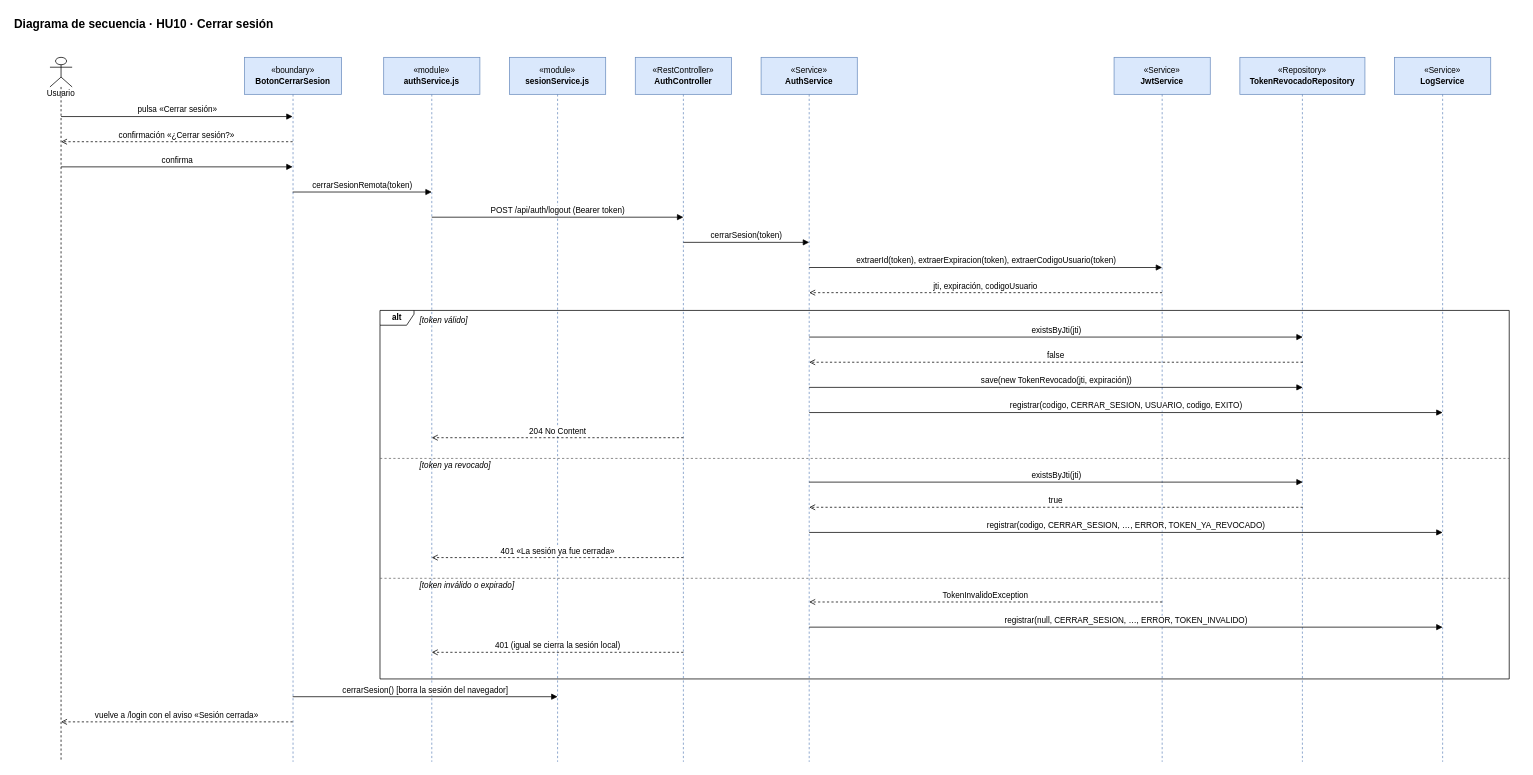
Before: docs/Diagramas/Secuencia/HU10_secuencia.drawio in FelipeBeltranING/metamorfosis, a draw.io diagram. Source tidied: cells renumbered, new cells numbered last; positions are measured from the earlier drawing's top-left corner, leaving out a move shared by most shapes. Both pictures are drawn from the tidied source at 74%, with x=0, y=0 at pixel (13, 13).
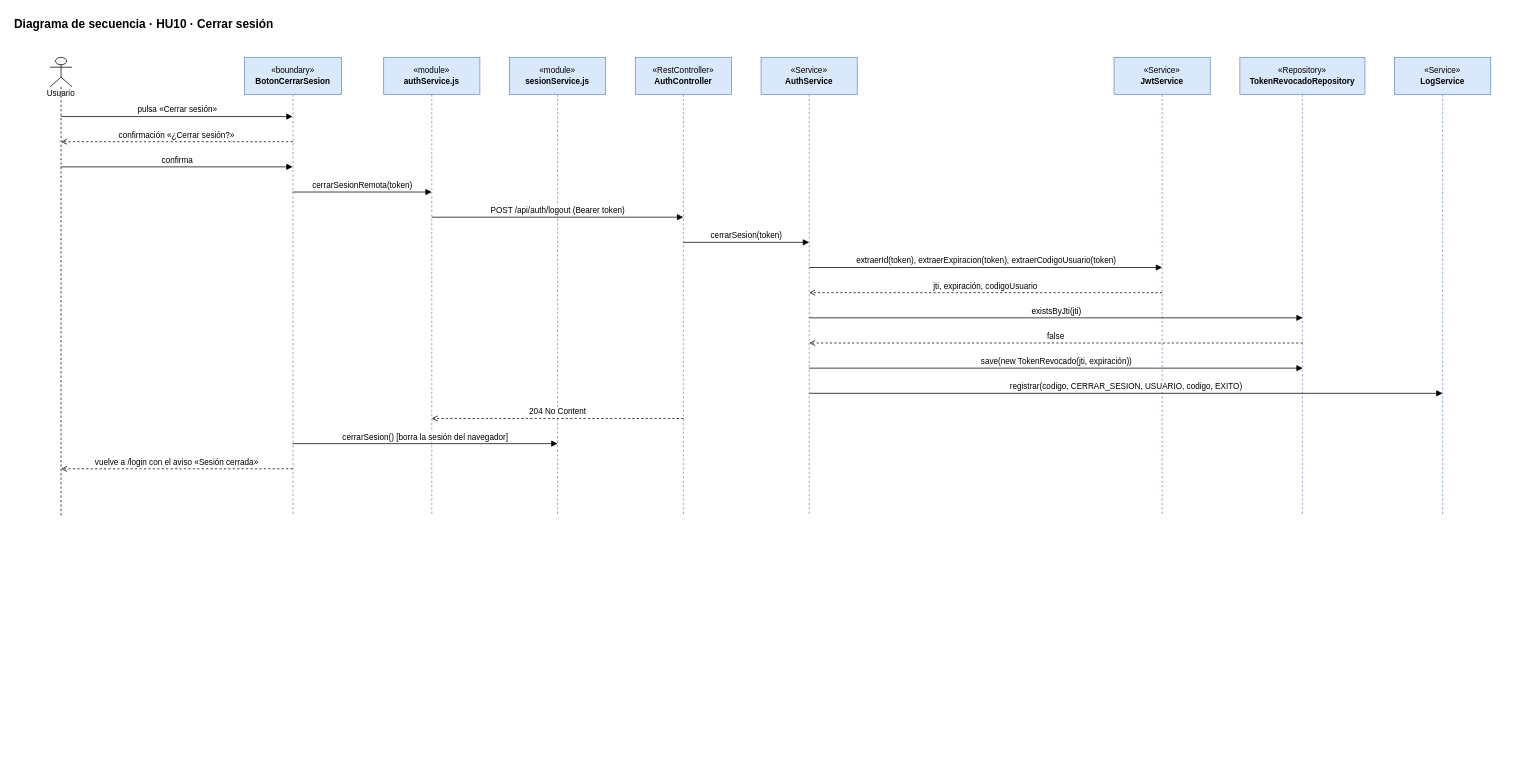
The same page after the edit.

The edit, as a diff of the source:
```diff
@@
     <mxCell id="3" value="Usuario" style="shape=umlLifeline;participant=umlActor;perimeter=lifelinePerimeter;whiteSpace=wrap;html=1;verticalAlign=top;spacingTop=36;size=40;fontSize=11;" parent="1" vertex="1">
-      <mxGeometry x="50" y="60" width="30" height="952" as="geometry" />
+      <mxGeometry x="50" y="60" width="30" height="620" as="geometry" />
     </mxCell>
     <mxCell id="4" value="«boundary»&lt;br&gt;&lt;b&gt;BotonCerrarSesion&lt;/b&gt;" style="shape=umlLifeline;perimeter=lifelinePerimeter;whiteSpace=wrap;html=1;newEdgeStyle={&quot;curved&quot;:0,&quot;rounded&quot;:0};size=50;fontSize=11;fillColor=#dae8fc;strokeColor=#6c8ebf;" parent="1" vertex="1">
-      <mxGeometry x="313" y="60" width="131" height="952" as="geometry" />
+      <mxGeometry x="313" y="60" width="131" height="620" as="geometry" />
     </mxCell>
     <mxCell id="5" value="«module»&lt;br&gt;&lt;b&gt;authService.js&lt;/b&gt;" style="shape=umlLifeline;perimeter=lifelinePerimeter;whiteSpace=wrap;html=1;newEdgeStyle={&quot;curved&quot;:0,&quot;rounded&quot;:0};size=50;fontSize=11;fillColor=#dae8fc;strokeColor=#6c8ebf;" parent="1" vertex="1">
-      <mxGeometry x="501" y="60" width="130" height="952" as="geometry" />
+      <mxGeometry x="501" y="60" width="130" height="620" as="geometry" />
     </mxCell>
     <mxCell id="6" value="«module»&lt;br&gt;&lt;b&gt;sesionService.js&lt;/b&gt;" style="shape=umlLifeline;perimeter=lifelinePerimeter;whiteSpace=wrap;html=1;newEdgeStyle={&quot;curved&quot;:0,&quot;rounded&quot;:0};size=50;fontSize=11;fillColor=#dae8fc;strokeColor=#6c8ebf;" parent="1" vertex="1">
-      <mxGeometry x="671" y="60" width="130" height="952" as="geometry" />
+      <mxGeometry x="671" y="60" width="130" height="620" as="geometry" />
     </mxCell>
     <mxCell id="7" value="«RestController»&lt;br&gt;&lt;b&gt;AuthController&lt;/b&gt;" style="shape=umlLifeline;perimeter=lifelinePerimeter;whiteSpace=wrap;html=1;newEdgeStyle={&quot;curved&quot;:0,&quot;rounded&quot;:0};size=50;fontSize=11;fillColor=#dae8fc;strokeColor=#6c8ebf;" parent="1" vertex="1">
-      <mxGeometry x="841" y="60" width="130" height="952" as="geometry" />
+      <mxGeometry x="841" y="60" width="130" height="620" as="geometry" />
     </mxCell>
     <mxCell id="8" value="«Service»&lt;br&gt;&lt;b&gt;AuthService&lt;/b&gt;" style="shape=umlLifeline;perimeter=lifelinePerimeter;whiteSpace=wrap;html=1;newEdgeStyle={&quot;curved&quot;:0,&quot;rounded&quot;:0};size=50;fontSize=11;fillColor=#dae8fc;strokeColor=#6c8ebf;" parent="1" vertex="1">
-      <mxGeometry x="1011" y="60" width="130" height="952" as="geometry" />
+      <mxGeometry x="1011" y="60" width="130" height="620" as="geometry" />
     </mxCell>
     <mxCell id="9" value="«Service»&lt;br&gt;&lt;b&gt;JwtService&lt;/b&gt;" style="shape=umlLifeline;perimeter=lifelinePerimeter;whiteSpace=wrap;html=1;newEdgeStyle={&quot;curved&quot;:0,&quot;rounded&quot;:0};size=50;fontSize=11;fillColor=#dae8fc;strokeColor=#6c8ebf;" parent="1" vertex="1">
-      <mxGeometry x="1488" y="60" width="130" height="952" as="geometry" />
+      <mxGeometry x="1488" y="60" width="130" height="620" as="geometry" />
     </mxCell>
     <mxCell id="10" value="«Repository»&lt;br&gt;&lt;b&gt;TokenRevocadoRepository&lt;/b&gt;" style="shape=umlLifeline;perimeter=lifelinePerimeter;whiteSpace=wrap;html=1;newEdgeStyle={&quot;curved&quot;:0,&quot;rounded&quot;:0};size=50;fontSize=11;fillColor=#dae8fc;strokeColor=#6c8ebf;" parent="1" vertex="1">
-      <mxGeometry x="1658" y="60" width="169" height="952" as="geometry" />
+      <mxGeometry x="1658" y="60" width="169" height="620" as="geometry" />
     </mxCell>
     <mxCell id="11" value="«Service»&lt;br&gt;&lt;b&gt;LogService&lt;/b&gt;" style="shape=umlLifeline;perimeter=lifelinePerimeter;whiteSpace=wrap;html=1;newEdgeStyle={&quot;curved&quot;:0,&quot;rounded&quot;:0};size=50;fontSize=11;fillColor=#dae8fc;strokeColor=#6c8ebf;" parent="1" vertex="1">
-      <mxGeometry x="1867" y="60" width="130" height="952" as="geometry" />
+      <mxGeometry x="1867" y="60" width="130" height="620" as="geometry" />
     </mxCell>
@@
     <mxCell id="20" value="existsByJti(jti)" style="html=1;verticalAlign=bottom;endArrow=block;endFill=1;rounded=0;fontSize=11;" parent="1" edge="1">
       <mxGeometry relative="1" as="geometry">
-        <mxPoint x="1076" y="438" as="sourcePoint" />
-        <mxPoint x="1743" y="438" as="targetPoint" />
+        <mxPoint x="1076" y="412" as="sourcePoint" />
+        <mxPoint x="1743" y="412" as="targetPoint" />
       </mxGeometry>
     </mxCell>
     <mxCell id="21" value="false" style="html=1;verticalAlign=bottom;endArrow=open;endFill=0;dashed=1;rounded=0;fontSize=11;" parent="1" edge="1">
       <mxGeometry relative="1" as="geometry">
-        <mxPoint x="1743" y="472" as="sourcePoint" />
-        <mxPoint x="1076" y="472" as="targetPoint" />
+        <mxPoint x="1743" y="446" as="sourcePoint" />
+        <mxPoint x="1076" y="446" as="targetPoint" />
       </mxGeometry>
     </mxCell>
     <mxCell id="22" value="save(new TokenRevocado(jti, expiración))" style="html=1;verticalAlign=bottom;endArrow=block;endFill=1;rounded=0;fontSize=11;" parent="1" edge="1">
       <mxGeometry relative="1" as="geometry">
-        <mxPoint x="1076" y="506" as="sourcePoint" />
-        <mxPoint x="1743" y="506" as="targetPoint" />
+        <mxPoint x="1076" y="480" as="sourcePoint" />
+        <mxPoint x="1743" y="480" as="targetPoint" />
       </mxGeometry>
     </mxCell>
     <mxCell id="23" value="registrar(codigo, CERRAR_SESION, USUARIO, codigo, EXITO)" style="html=1;verticalAlign=bottom;endArrow=block;endFill=1;rounded=0;fontSize=11;" parent="1" edge="1">
       <mxGeometry relative="1" as="geometry">
-        <mxPoint x="1076" y="540" as="sourcePoint" />
-        <mxPoint x="1932" y="540" as="targetPoint" />
+        <mxPoint x="1076" y="514" as="sourcePoint" />
+        <mxPoint x="1932" y="514" as="targetPoint" />
       </mxGeometry>
     </mxCell>
     <mxCell id="24" value="204 No Content" style="html=1;verticalAlign=bottom;endArrow=open;endFill=0;dashed=1;rounded=0;fontSize=11;" parent="1" edge="1">
       <mxGeometry relative="1" as="geometry">
-        <mxPoint x="906" y="574" as="sourcePoint" />
-        <mxPoint x="566" y="574" as="targetPoint" />
+        <mxPoint x="906" y="548" as="sourcePoint" />
+        <mxPoint x="566" y="548" as="targetPoint" />
       </mxGeometry>
     </mxCell>
-    <mxCell id="25" value="existsByJti(jti)" style="html=1;verticalAlign=bottom;endArrow=block;endFill=1;rounded=0;fontSize=11;" parent="1" edge="1">
+    <mxCell id="25" value="cerrarSesion()  [borra la sesión del navegador]" style="html=1;verticalAlign=bottom;endArrow=block;endFill=1;rounded=0;fontSize=11;" parent="1" edge="1">
       <mxGeometry relative="1" as="geometry">
-        <mxPoint x="1076" y="634" as="sourcePoint" />
-        <mxPoint x="1743" y="634" as="targetPoint" />
+        <mxPoint x="378" y="582" as="sourcePoint" />
+        <mxPoint x="736" y="582" as="targetPoint" />
       </mxGeometry>
     </mxCell>
-    <mxCell id="26" value="true" style="html=1;verticalAlign=bottom;endArrow=open;endFill=0;dashed=1;rounded=0;fontSize=11;" parent="1" edge="1">
+    <mxCell id="26" value="vuelve a /login con el aviso «Sesión cerrada»" style="html=1;verticalAlign=bottom;endArrow=open;endFill=0;dashed=1;rounded=0;fontSize=11;" parent="1" edge="1">
       <mxGeometry relative="1" as="geometry">
-        <mxPoint x="1743" y="668" as="sourcePoint" />
-        <mxPoint x="1076" y="668" as="targetPoint" />
+        <mxPoint x="378" y="616" as="sourcePoint" />
+        <mxPoint x="65" y="616" as="targetPoint" />
       </mxGeometry>
     </mxCell>
-    <mxCell id="27" value="registrar(codigo, CERRAR_SESION, …, ERROR, TOKEN_YA_REVOCADO)" style="html=1;verticalAlign=bottom;endArrow=block;endFill=1;rounded=0;fontSize=11;" parent="1" edge="1">
-      <mxGeometry relative="1" as="geometry">
-        <mxPoint x="1076" y="702" as="sourcePoint" />
-        <mxPoint x="1932" y="702" as="targetPoint" />
-      </mxGeometry>
-    </mxCell>
-    <mxCell id="28" value="401 «La sesión ya fue cerrada»" style="html=1;verticalAlign=bottom;endArrow=open;endFill=0;dashed=1;rounded=0;fontSize=11;" parent="1" edge="1">
-      <mxGeometry relative="1" as="geometry">
-        <mxPoint x="906" y="736" as="sourcePoint" />
-        <mxPoint x="566" y="736" as="targetPoint" />
-      </mxGeometry>
-    </mxCell>
-    <mxCell id="29" value="TokenInvalidoException" style="html=1;verticalAlign=bottom;endArrow=open;endFill=0;dashed=1;rounded=0;fontSize=11;" parent="1" edge="1">
-      <mxGeometry relative="1" as="geometry">
-        <mxPoint x="1553" y="796" as="sourcePoint" />
-        <mxPoint x="1076" y="796" as="targetPoint" />
-      </mxGeometry>
-    </mxCell>
-    <mxCell id="30" value="registrar(null, CERRAR_SESION, …, ERROR, TOKEN_INVALIDO)" style="html=1;verticalAlign=bottom;endArrow=block;endFill=1;rounded=0;fontSize=11;" parent="1" edge="1">
-      <mxGeometry relative="1" as="geometry">
-        <mxPoint x="1076" y="830" as="sourcePoint" />
-        <mxPoint x="1932" y="830" as="targetPoint" />
-      </mxGeometry>
-    </mxCell>
-    <mxCell id="31" value="401 (igual se cierra la sesión local)" style="html=1;verticalAlign=bottom;endArrow=open;endFill=0;dashed=1;rounded=0;fontSize=11;" parent="1" edge="1">
-      <mxGeometry relative="1" as="geometry">
-        <mxPoint x="906" y="864" as="sourcePoint" />
-        <mxPoint x="566" y="864" as="targetPoint" />
-      </mxGeometry>
-    </mxCell>
-    <mxCell id="32" value="alt" style="shape=umlFrame;whiteSpace=wrap;html=1;width=46;height=20;fontSize=11;fontStyle=1;fillColor=none;" parent="1" vertex="1">
-      <mxGeometry x="496" y="402" width="1526" height="498" as="geometry" />
-    </mxCell>
-    <mxCell id="33" value="[token válido]" style="text;html=1;align=left;verticalAlign=middle;fontSize=11;fontStyle=2;" parent="1" vertex="1">
-      <mxGeometry x="548" y="406" width="120" height="20" as="geometry" />
-    </mxCell>
-    <mxCell id="34" style="endArrow=none;dashed=1;html=1;rounded=0;strokeColor=#666666;" parent="1" edge="1">
-      <mxGeometry relative="1" as="geometry">
-        <mxPoint x="496" y="602" as="sourcePoint" />
-        <mxPoint x="2022" y="602" as="targetPoint" />
-      </mxGeometry>
-    </mxCell>
-    <mxCell id="35" value="[token ya revocado]" style="text;html=1;align=left;verticalAlign=middle;fontSize=11;fontStyle=2;" parent="1" vertex="1">
-      <mxGeometry x="548" y="602" width="130" height="20" as="geometry" />
-    </mxCell>
-    <mxCell id="36" style="endArrow=none;dashed=1;html=1;rounded=0;strokeColor=#666666;" parent="1" edge="1">
-      <mxGeometry relative="1" as="geometry">
-        <mxPoint x="496" y="764" as="sourcePoint" />
-        <mxPoint x="2022" y="764" as="targetPoint" />
-      </mxGeometry>
-    </mxCell>
-    <mxCell id="37" value="[token inválido o expirado]" style="text;html=1;align=left;verticalAlign=middle;fontSize=11;fontStyle=2;" parent="1" vertex="1">
-      <mxGeometry x="548" y="764" width="180" height="20" as="geometry" />
-    </mxCell>
-    <mxCell id="38" value="cerrarSesion()  [borra la sesión del navegador]" style="html=1;verticalAlign=bottom;endArrow=block;endFill=1;rounded=0;fontSize=11;" parent="1" edge="1">
-      <mxGeometry relative="1" as="geometry">
-        <mxPoint x="378" y="924" as="sourcePoint" />
-        <mxPoint x="736" y="924" as="targetPoint" />
-      </mxGeometry>
-    </mxCell>
-    <mxCell id="39" value="vuelve a /login con el aviso «Sesión cerrada»" style="html=1;verticalAlign=bottom;endArrow=open;endFill=0;dashed=1;rounded=0;fontSize=11;" parent="1" edge="1">
-      <mxGeometry relative="1" as="geometry">
-        <mxPoint x="378" y="958" as="sourcePoint" />
-        <mxPoint x="65" y="958" as="targetPoint" />
-      </mxGeometry>
-    </mxCell>
```
